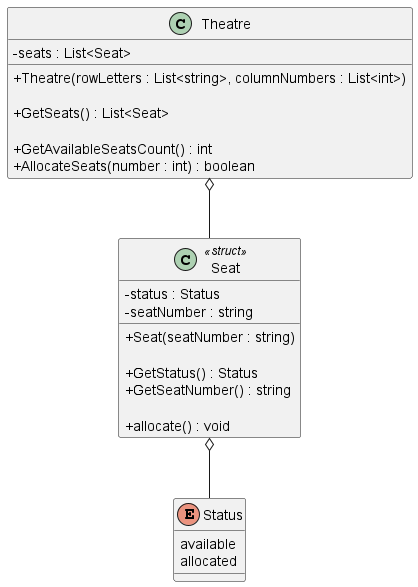
Earlier version of the PlantUML export diagrams/cinnamon cinemas.png (iamfranco/CinnamonCinemasChallenge).
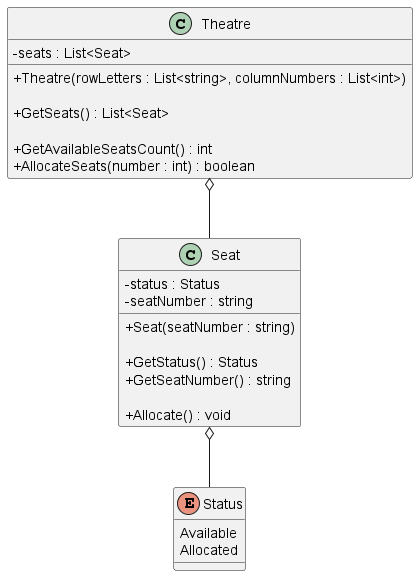
Above is the later version.

Commit message:
add UML to README, modify UML to have Seat as non struct class, capitalise public methods and enum fields

The edit, as a diff of the source:
```diff
@@ -12,7 +12,7 @@
     + AllocateSeats(number : int) : boolean
 }
 
-class Seat <<struct>> {
+class Seat {
     - status : Status
     - seatNumber : string
 
@@ -21,12 +21,12 @@
     + GetStatus() : Status
     + GetSeatNumber() : string
 
-    + allocate() : void
+    + Allocate() : void
 }
 
 Enum Status {
-    available
-    allocated
+    Available
+    Allocated
 }
 
 Theatre o-- Seat
```
